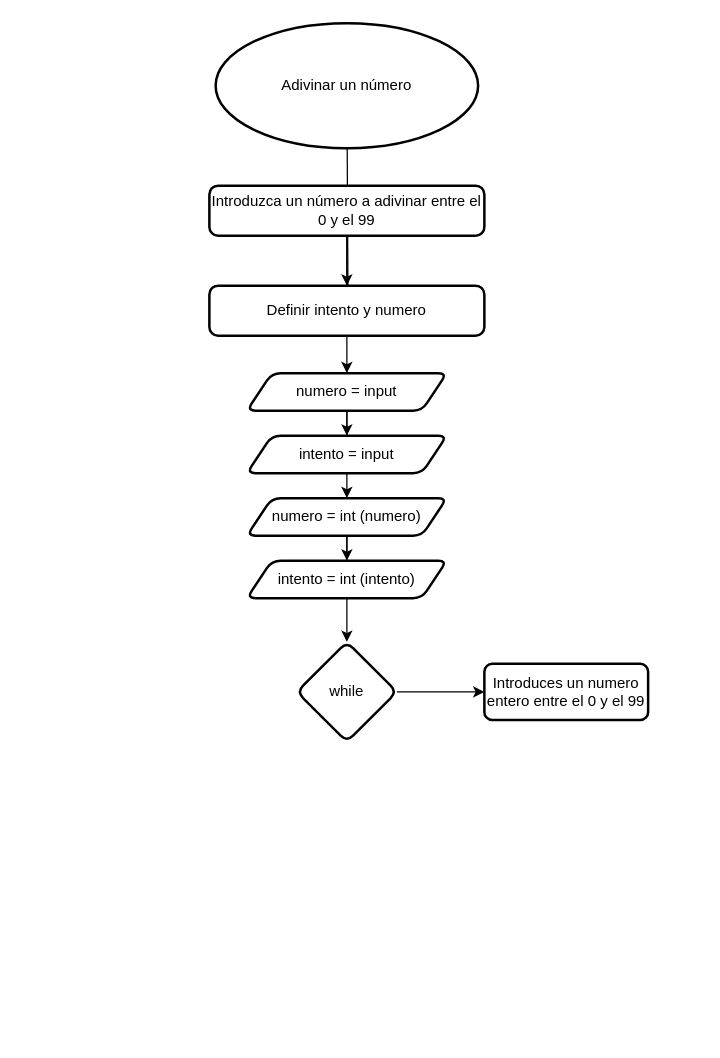
The draw.io diagram diagrama.drawio in Jacobo24/Adivine-un-n-mero, before the edit. Source tidied: cells renumbered, new cells numbered last; positions are measured from the earlier drawing's top-left corner, leaving out a move shared by most shapes. Both pictures are drawn from the tidied source at 125%, with x=0, y=0 at pixel (209, 22).
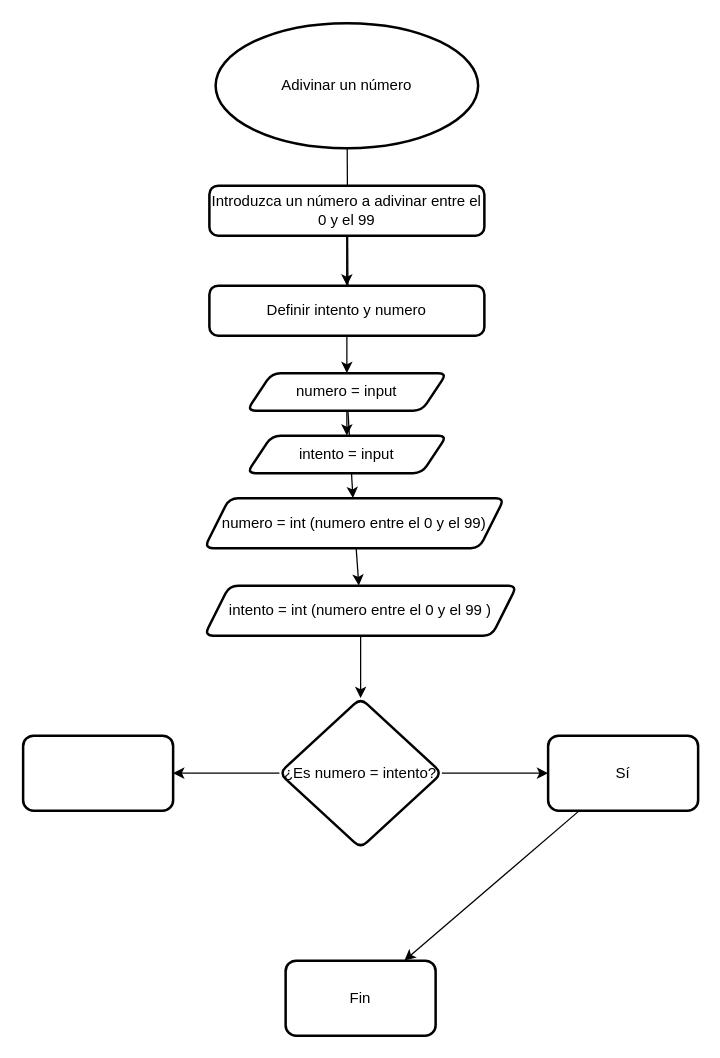
Above is the later version.

Diff of the diagram source:
```diff
@@
-    <mxCell id="10" style="edgeStyle=none;html=1;" parent="1" edge="1" source="12" target="14">
-      <mxGeometry relative="1" as="geometry" />
-    </mxCell>
@@
-    <mxCell id="12" value="numero = int (numero)" style="shape=parallelogram;perimeter=parallelogramPerimeter;whiteSpace=wrap;html=1;fixedSize=1;rounded=1;arcSize=14;strokeWidth=2;" parent="1" vertex="1">
-      <mxGeometry x="30" y="380" width="160" height="30" as="geometry" />
+    <mxCell id="12" value="numero = int (numero entre el 0 y el 99)" style="shape=parallelogram;perimeter=parallelogramPerimeter;whiteSpace=wrap;html=1;fixedSize=1;rounded=1;arcSize=14;strokeWidth=2;" parent="1" vertex="1">
+      <mxGeometry x="-4" y="380" width="240" height="40" as="geometry" />
     </mxCell>
-    <mxCell id="13" style="edgeStyle=none;html=1;" parent="1" edge="1" source="14" target="15">
-      <mxGeometry relative="1" as="geometry" />
-    </mxCell>
-    <mxCell id="14" value="while" style="rhombus;whiteSpace=wrap;html=1;rounded=1;arcSize=14;strokeWidth=2;perimeterSpacing=0;" parent="1" vertex="1">
-      <mxGeometry x="70" y="495" width="80" height="80" as="geometry" />
-    </mxCell>
-    <mxCell id="15" value="Introduces un numero entero entre el 0 y el 99" style="whiteSpace=wrap;html=1;rounded=1;arcSize=14;strokeWidth=2;" parent="1" vertex="1">
-      <mxGeometry x="220" y="512.5" width="131" height="45" as="geometry" />
-    </mxCell>
+    <mxCell id="19" style="edgeStyle=none;html=1;" parent="1" edge="1" source="16" target="22">
+      <mxGeometry relative="1" as="geometry" />
+    </mxCell>
-    <mxCell id="16" value="intento = int (intento)" style="shape=parallelogram;perimeter=parallelogramPerimeter;whiteSpace=wrap;html=1;fixedSize=1;rounded=1;arcSize=14;strokeWidth=2;" parent="1" vertex="1">
-      <mxGeometry x="30" y="430" width="160" height="30" as="geometry" />
+    <mxCell id="16" value="intento = int (numero entre el 0 y el 99 )" style="shape=parallelogram;perimeter=parallelogramPerimeter;whiteSpace=wrap;html=1;fixedSize=1;rounded=1;arcSize=14;strokeWidth=2;" parent="1" vertex="1">
+      <mxGeometry x="-4" y="450" width="250" height="40" as="geometry" />
     </mxCell>
@@
+    <mxCell id="20" style="edgeStyle=none;html=1;" parent="1" edge="1" source="22" target="24">
+      <mxGeometry relative="1" as="geometry" />
+    </mxCell>
+    <mxCell id="21" style="edgeStyle=none;html=1;" parent="1" edge="1" source="22" target="26">
+      <mxGeometry relative="1" as="geometry" />
+    </mxCell>
+    <mxCell id="22" value="¿Es numero = intento?" style="rhombus;whiteSpace=wrap;html=1;rounded=1;arcSize=14;strokeWidth=2;" parent="1" vertex="1">
+      <mxGeometry x="56" y="540" width="130" height="120" as="geometry" />
+    </mxCell>
+    <mxCell id="23" style="edgeStyle=none;html=1;" parent="1" edge="1" source="24" target="25">
+      <mxGeometry relative="1" as="geometry" />
+    </mxCell>
+    <mxCell id="24" value="Sí" style="whiteSpace=wrap;html=1;rounded=1;arcSize=14;strokeWidth=2;" parent="1" vertex="1">
+      <mxGeometry x="271" y="570" width="120" height="60" as="geometry" />
+    </mxCell>
+    <mxCell id="25" value="Fin" style="whiteSpace=wrap;html=1;rounded=1;arcSize=14;strokeWidth=2;" parent="1" vertex="1">
+      <mxGeometry x="61" y="750" width="120" height="60" as="geometry" />
+    </mxCell>
+    <mxCell id="26" style="whiteSpace=wrap;html=1;rounded=1;arcSize=14;strokeWidth=2;" parent="1" vertex="1">
+      <mxGeometry x="-149" y="570" width="120" height="60" as="geometry" />
+    </mxCell>
```
